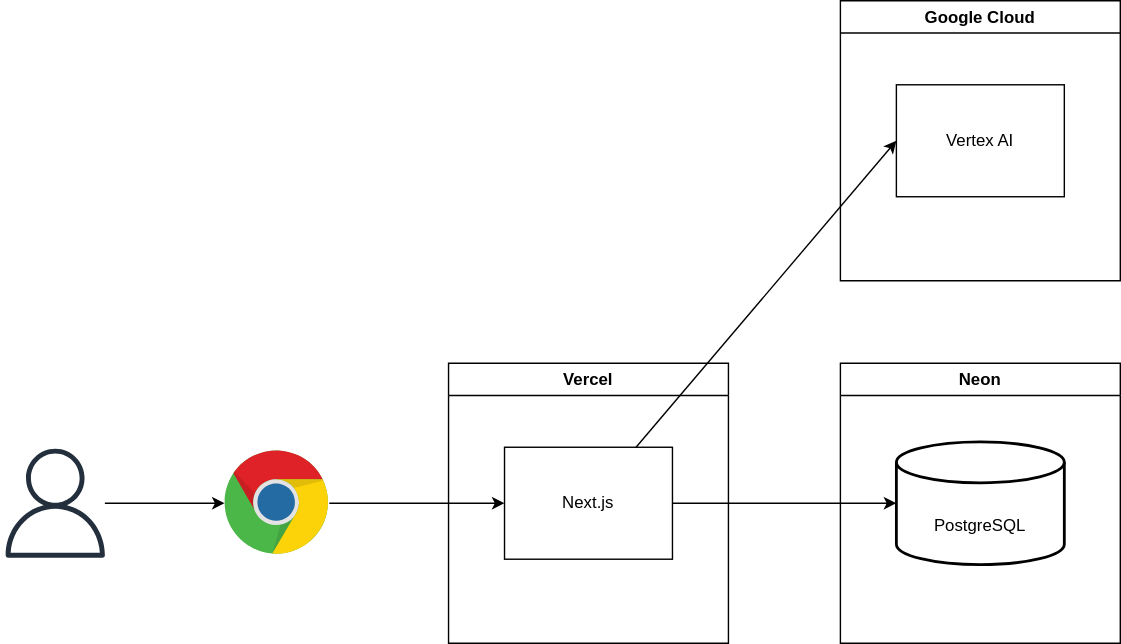
Above: docs/設計/システム構成.drawio.svg in study-basic-hackathon/lazy-bear (draw.io), before the change. Source tidied: cells renumbered, new cells last; positions are measured from the earlier drawing's top-left corner, leaving out a move shared by most shapes.
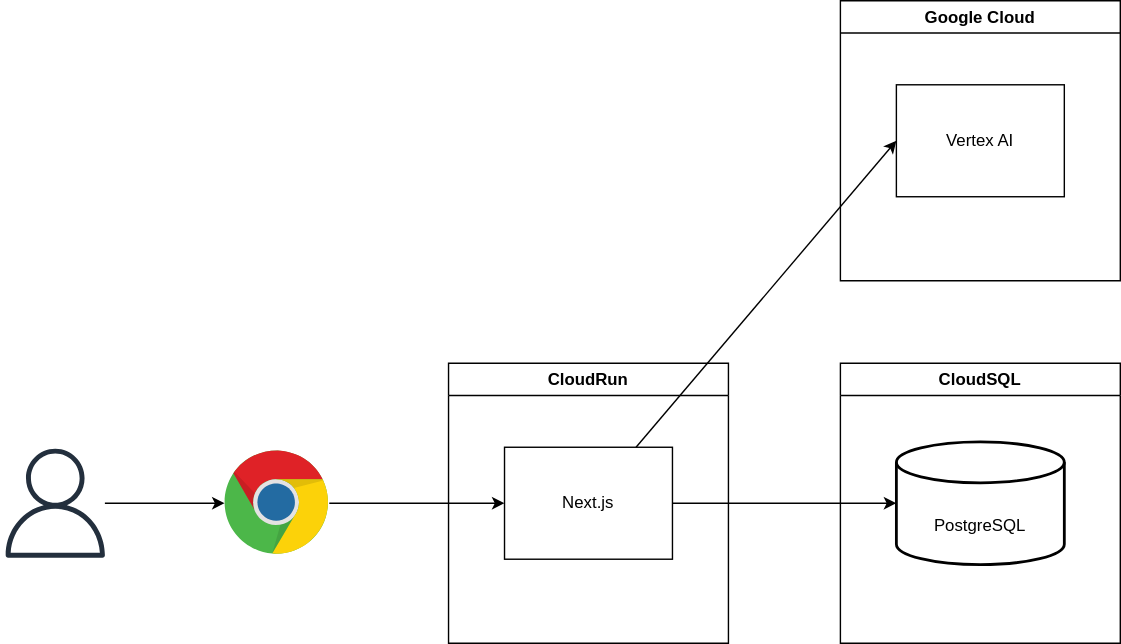
After the commit.

Commit message:
システム構成の誤り修正

What changed in the source:
```diff
@@ -14,13 +14,13 @@
     <mxCell id="5" style="dashed=0;outlineConnect=0;html=1;align=center;labelPosition=center;verticalLabelPosition=bottom;verticalAlign=top;shape=mxgraph.weblogos.chrome;" parent="1" vertex="1">
       <mxGeometry x="160" y="321.3" width="74.8" height="75.4" as="geometry" />
     </mxCell>
-    <mxCell id="6" value="Vercel" style="swimlane;whiteSpace=wrap;html=1;fillColor=default;gradientColor=none;" parent="1" vertex="1">
+    <mxCell id="6" value="CloudRun" style="swimlane;whiteSpace=wrap;html=1;fillColor=default;gradientColor=none;" parent="1" vertex="1">
       <mxGeometry x="320" y="259" width="200" height="200" as="geometry" />
     </mxCell>
     <mxCell id="7" value="Next.js" style="rounded=0;whiteSpace=wrap;html=1;" parent="6" vertex="1">
       <mxGeometry x="40" y="60" width="120" height="80" as="geometry" />
     </mxCell>
-    <mxCell id="8" value="Neon" style="swimlane;whiteSpace=wrap;html=1;fillColor=default;gradientColor=none;" parent="1" vertex="1">
+    <mxCell id="8" value="CloudSQL" style="swimlane;whiteSpace=wrap;html=1;fillColor=default;gradientColor=none;" parent="1" vertex="1">
       <mxGeometry x="600" y="259" width="200" height="200" as="geometry" />
     </mxCell>
     <mxCell id="9" style="strokeWidth=2;html=1;shape=mxgraph.flowchart.database;whiteSpace=wrap;" parent="8" vertex="1">
```
